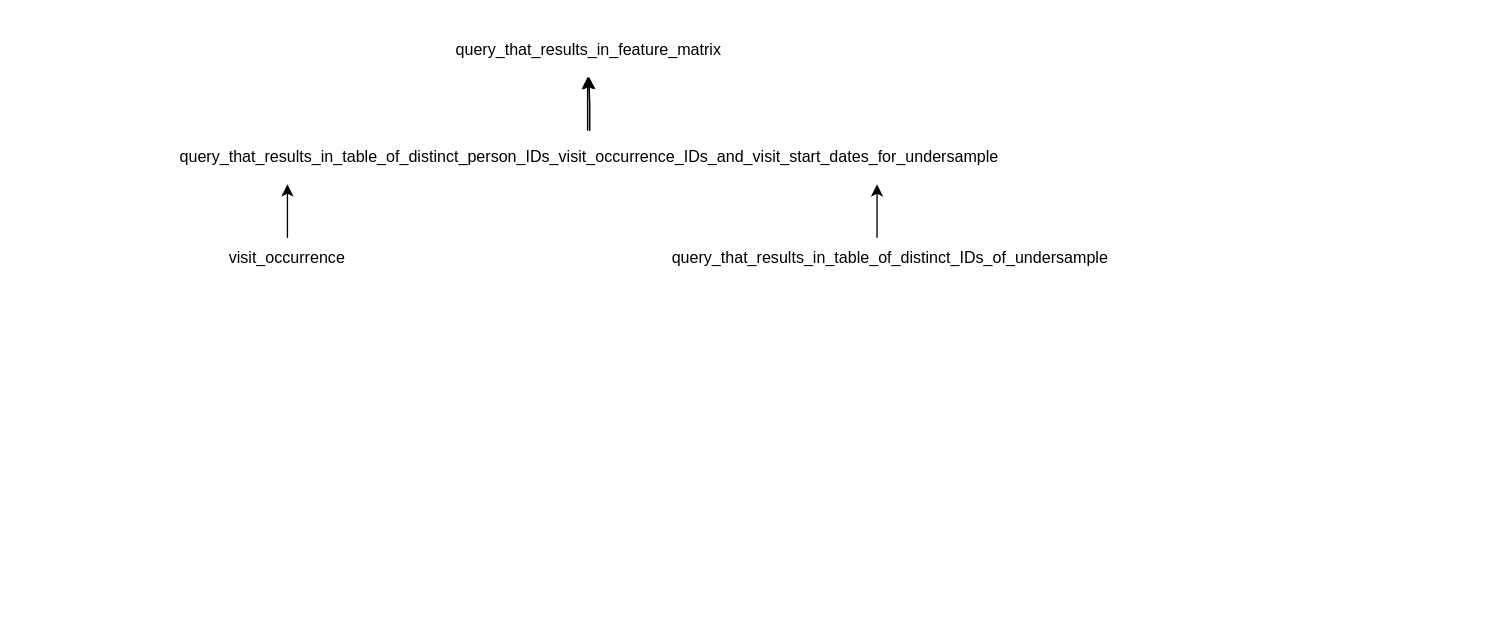
This is opioidabusepredictor/Map_Of_Queries.drawio from tslever/Opioid_Abuse_Predictor, a draw.io file, before an edit. Source tidied: cells renumbered, new cells numbered last; positions are measured from the earlier drawing's top-left corner, leaving out a move shared by most shapes. Both pictures are drawn from the tidied source at 134%, with x=0, y=0 at pixel (170, 23).
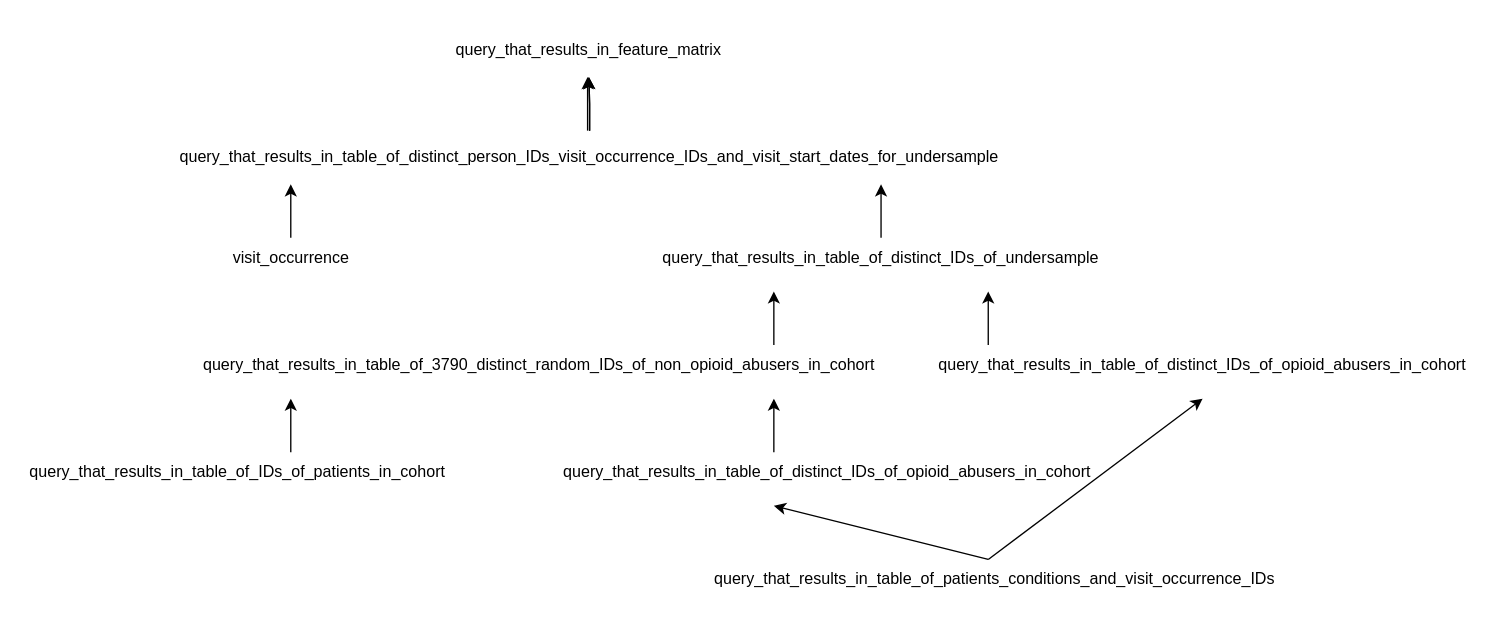
The same diagram, later.

What changed in the source:
```diff
@@
     <mxCell id="7" style="endArrow=classic;html=1;rounded=0;" parent="1" edge="1">
       <mxGeometry relative="1" as="geometry">
-        <mxPoint x="87" y="160" as="sourcePoint" />
-        <mxPoint x="87" y="120" as="targetPoint" />
+        <mxPoint x="89.5" y="160" as="sourcePoint" />
+        <mxPoint x="89.5" y="120" as="targetPoint" />
       </mxGeometry>
     </mxCell>
     <mxCell id="8" style="endArrow=classic;html=1;rounded=0;" parent="1" edge="1">
       <mxGeometry relative="1" as="geometry">
-        <mxPoint x="527" y="160" as="sourcePoint" />
-        <mxPoint x="527" y="120" as="targetPoint" />
+        <mxPoint x="530" y="160" as="sourcePoint" />
+        <mxPoint x="530" y="120" as="targetPoint" />
       </mxGeometry>
     </mxCell>
     <mxCell id="9" value="visit_occurrence" style="text;html=1;strokeColor=none;fillColor=none;align=center;verticalAlign=middle;whiteSpace=wrap;rounded=0;" parent="1" vertex="1">
-      <mxGeometry x="37" y="160" width="100" height="30" as="geometry" />
+      <mxGeometry x="40" y="160" width="100" height="30" as="geometry" />
     </mxCell>
     <mxCell id="10" value="query_that_results_in_table_of_distinct_IDs_of_undersample" style="text;html=1;strokeColor=none;fillColor=none;align=center;verticalAlign=middle;whiteSpace=wrap;rounded=0;" parent="1" vertex="1">
-      <mxGeometry x="367" y="160" width="340" height="30" as="geometry" />
+      <mxGeometry x="360" y="160" width="340" height="30" as="geometry" />
     </mxCell>
+    <mxCell id="11" value="query_that_results_in_table_of_3790_distinct_random_IDs_of_non_opioid_abusers_in_cohort" style="text;html=1;strokeColor=none;fillColor=none;align=center;verticalAlign=middle;whiteSpace=wrap;rounded=0;" parent="1" vertex="1">
+      <mxGeometry x="20" y="240" width="510" height="30" as="geometry" />
+    </mxCell>
+    <mxCell id="12" style="endArrow=classic;html=1;rounded=0;" parent="1" edge="1">
+      <mxGeometry relative="1" as="geometry">
+        <mxPoint x="450" y="240" as="sourcePoint" />
+        <mxPoint x="450" y="200" as="targetPoint" />
+      </mxGeometry>
+    </mxCell>
+    <mxCell id="13" style="endArrow=classic;html=1;rounded=0;" parent="1" edge="1">
+      <mxGeometry relative="1" as="geometry">
+        <mxPoint x="610" y="240" as="sourcePoint" />
+        <mxPoint x="610" y="200" as="targetPoint" />
+      </mxGeometry>
+    </mxCell>
+    <mxCell id="14" value="query_that_results_in_table_of_distinct_IDs_of_opioid_abusers_in_cohort" style="text;html=1;strokeColor=none;fillColor=none;align=center;verticalAlign=middle;whiteSpace=wrap;rounded=0;" parent="1" vertex="1">
+      <mxGeometry x="570" y="240" width="400" height="30" as="geometry" />
+    </mxCell>
+    <mxCell id="15" style="endArrow=classic;html=1;rounded=0;" parent="1" edge="1">
+      <mxGeometry relative="1" as="geometry">
+        <mxPoint x="450" y="320" as="sourcePoint" />
+        <mxPoint x="450" y="280" as="targetPoint" />
+      </mxGeometry>
+    </mxCell>
+    <mxCell id="16" style="endArrow=classic;html=1;rounded=0;" parent="1" edge="1">
+      <mxGeometry relative="1" as="geometry">
+        <mxPoint x="89.5" y="320" as="sourcePoint" />
+        <mxPoint x="89.5" y="280" as="targetPoint" />
+      </mxGeometry>
+    </mxCell>
+    <mxCell id="17" value="query_that_results_in_table_of_IDs_of_patients_in_cohort" style="text;html=1;strokeColor=none;fillColor=none;align=center;verticalAlign=middle;whiteSpace=wrap;rounded=0;" parent="1" vertex="1">
+      <mxGeometry x="-110" y="320" width="320" height="30" as="geometry" />
+    </mxCell>
+    <mxCell id="18" value="query_that_results_in_table_of_distinct_IDs_of_opioid_abusers_in_cohort" style="text;html=1;strokeColor=none;fillColor=none;align=center;verticalAlign=middle;whiteSpace=wrap;rounded=0;" parent="1" vertex="1">
+      <mxGeometry x="290" y="320" width="400" height="30" as="geometry" />
+    </mxCell>
+    <mxCell id="19" style="endArrow=classic;html=1;rounded=0;" parent="1" edge="1">
+      <mxGeometry relative="1" as="geometry">
+        <mxPoint x="610" y="400" as="sourcePoint" />
+        <mxPoint x="450" y="360" as="targetPoint" />
+      </mxGeometry>
+    </mxCell>
+    <mxCell id="20" style="endArrow=classic;html=1;rounded=0;" parent="1" edge="1">
+      <mxGeometry relative="1" as="geometry">
+        <mxPoint x="610" y="400" as="sourcePoint" />
+        <mxPoint x="770" y="280" as="targetPoint" />
+      </mxGeometry>
+    </mxCell>
+    <mxCell id="21" value="query_that_results_in_table_of_patients_conditions_and_visit_occurrence_IDs" style="text;html=1;strokeColor=none;fillColor=none;align=center;verticalAlign=middle;whiteSpace=wrap;rounded=0;" parent="1" vertex="1">
+      <mxGeometry x="400" y="400" width="430" height="30" as="geometry" />
+    </mxCell>
```
